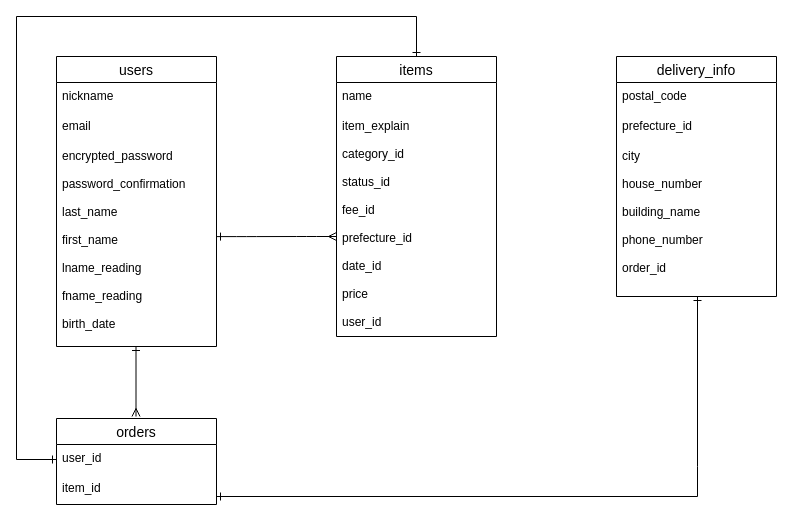
The draw.io diagram test.dio in no-ru-kk/furima-35520, before the edit. Source tidied: cells renumbered, new cells numbered last; positions are measured from the earlier drawing's top-left corner, leaving out a move shared by most shapes. Both pictures are drawn from the tidied source at 100%, with x=0, y=0 at pixel (16, 16).
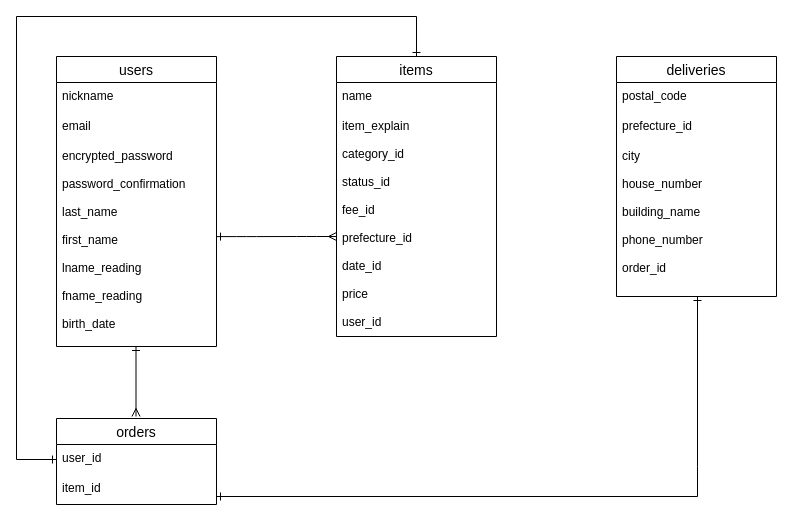
The same page after the edit.

The edit, as a diff of the source:
```diff
@@
-    <mxCell id="2" value="delivery_info" style="swimlane;fontStyle=0;horizontal=1;startSize=26;align=center;fontSize=14;" parent="1" vertex="1">
+    <mxCell id="2" value="deliveries" style="swimlane;fontStyle=0;horizontal=1;startSize=26;align=center;fontSize=14;" parent="1" vertex="1">
       <mxGeometry x="600" y="40" width="160" height="240" as="geometry" />
     </mxCell>
```
